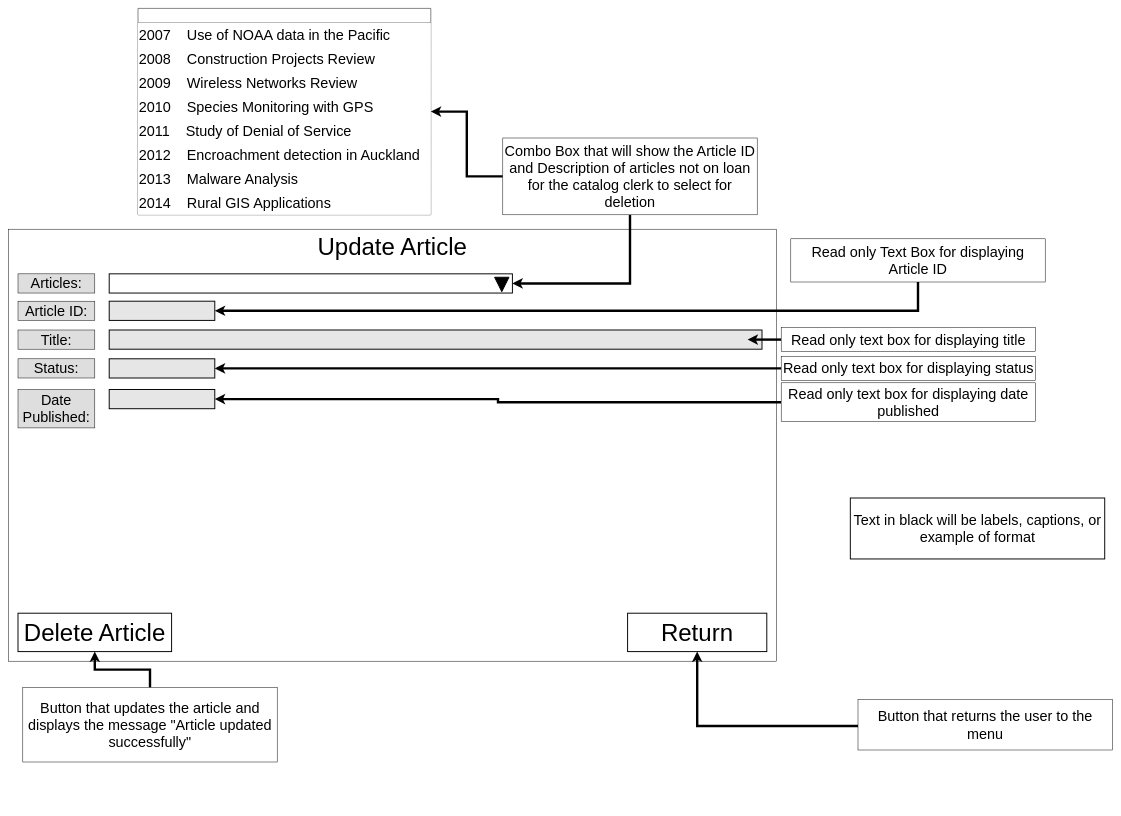
guywhohasagun/5603ass2 keeps this draw.io diagram as DeleteArticle.drawio. Above is the earlier version. Source tidied: cells renumbered, new cells numbered last; positions are measured from the earlier drawing's top-left corner, leaving out a move shared by most shapes. Both pictures are drawn from the tidied source at 48%, with x=0, y=0 at pixel (8, 8).
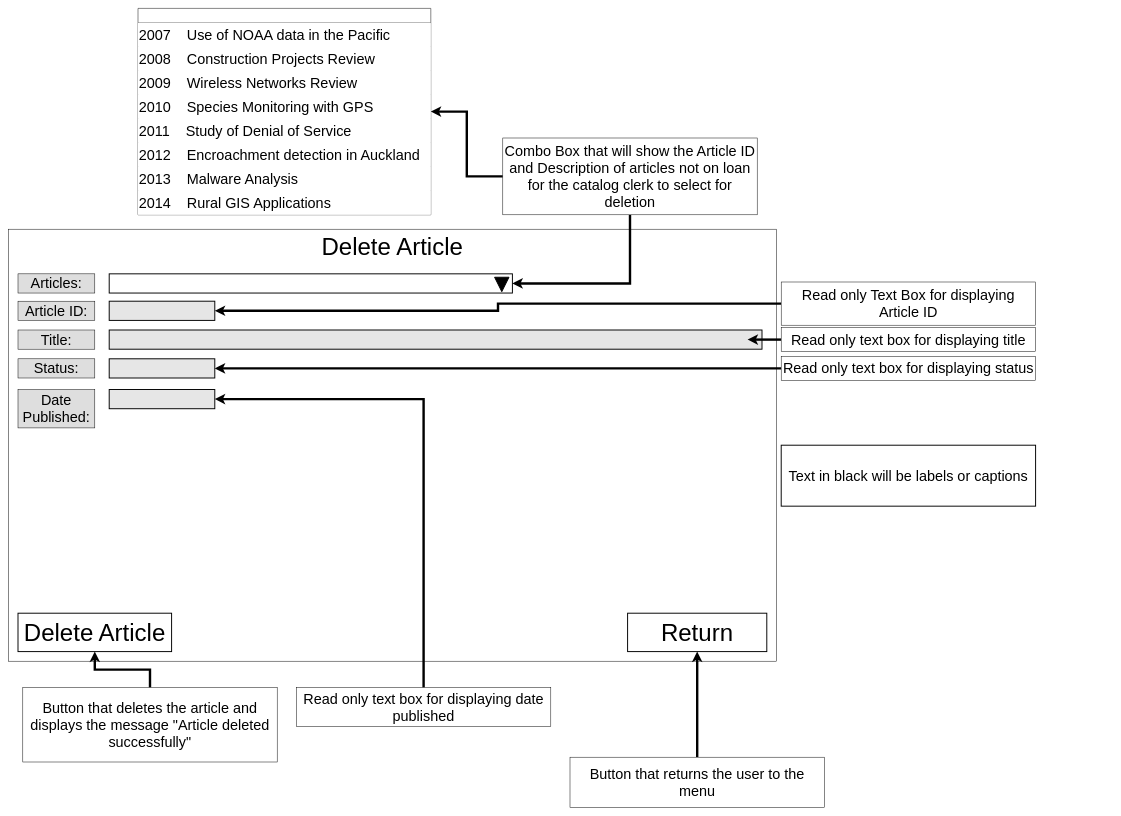
After the change.

Unchanged cells that the change refers to:
```xml
<mxCell id="4" style="rounded=0;whiteSpace=wrap;html=1;fontSize=28;strokeWidth=2;fillColor=#E6E6E6;" parent="1" vertex="1">
  <mxGeometry x="210" y="794" width="220" height="40" as="geometry" />
</mxCell>
<mxCell id="12" value="Return" style="rounded=0;whiteSpace=wrap;html=1;fontSize=50;strokeWidth=2;" parent="1" vertex="1">
  <mxGeometry x="1290" y="1260" width="290" height="80" as="geometry" />
</mxCell>
<mxCell id="33" style="rounded=0;whiteSpace=wrap;html=1;strokeColor=default;fontSize=28;align=left;strokeWidth=2;fillColor=#E6E6E6;" parent="1" vertex="1">
  <mxGeometry x="210" y="610" width="220" height="40" as="geometry" />
</mxCell>
```

The edit, as a diff of the source:
```diff
@@
-    <mxCell id="2" value="Update Article" style="whiteSpace=wrap;html=1;fontSize=50;verticalAlign=top;" parent="1" vertex="1">
+    <mxCell id="2" value="Delete Article" style="whiteSpace=wrap;html=1;fontSize=50;verticalAlign=top;" parent="1" vertex="1">
       <mxGeometry y="460" width="1600" height="900" as="geometry" />
     </mxCell>
@@
-    <mxCell id="13" style="edgeStyle=orthogonalEdgeStyle;rounded=0;jettySize=auto;html=1;fontSize=100;strokeWidth=5;exitX=0;exitY=0.5;exitDx=0;exitDy=0;" parent="1" edge="1" source="14" target="12">
+    <mxCell id="13" style="edgeStyle=orthogonalEdgeStyle;rounded=0;jettySize=auto;html=1;fontSize=100;strokeWidth=5;exitX=0.5;exitY=0;exitDx=0;exitDy=0;" parent="1" edge="1" source="14" target="12">
       <mxGeometry relative="1" as="geometry">
         <Array as="points">
-          <mxPoint x="1435" y="1495" />
+          <mxPoint x="1435" y="1490" />
+          <mxPoint x="1435" y="1490" />
         </Array>
       </mxGeometry>
     </mxCell>
     <mxCell id="14" value="Button that returns the user to the menu" style="rounded=0;whiteSpace=wrap;html=1;fontSize=30;" parent="1" vertex="1">
-      <mxGeometry x="1770" y="1440" width="530" height="105" as="geometry" />
+      <mxGeometry x="1170" y="1560" width="530" height="105" as="geometry" />
     </mxCell>
@@
-    <mxCell id="16" value="Button that updates the article and displays the message &quot;Article updated successfully&quot;" style="rounded=0;whiteSpace=wrap;html=1;fontSize=30;" parent="1" vertex="1">
+    <mxCell id="16" value="Button that deletes the article and displays the message &quot;Article deleted successfully&quot;" style="rounded=0;whiteSpace=wrap;html=1;fontSize=30;" parent="1" vertex="1">
       <mxGeometry x="30" y="1415" width="530" height="155" as="geometry" />
     </mxCell>
@@
-    <mxCell id="31" value="Text in black will be labels, captions, or example of format" style="rounded=0;whiteSpace=wrap;html=1;fontSize=30;strokeWidth=2;" parent="1" vertex="1">
-      <mxGeometry x="1754" y="1020" width="530" height="127" as="geometry" />
+    <mxCell id="31" value="Text in black will be labels or captions" style="rounded=0;whiteSpace=wrap;html=1;fontSize=30;strokeWidth=2;" parent="1" vertex="1">
+      <mxGeometry x="1610" y="910" width="530" height="127" as="geometry" />
     </mxCell>
@@
-    <mxCell id="34" style="edgeStyle=orthogonalEdgeStyle;rounded=0;jettySize=auto;html=1;exitX=0.5;exitY=1;exitDx=0;exitDy=0;entryX=1;entryY=0.5;entryDx=0;entryDy=0;strokeWidth=5;" parent="1" edge="1" source="35" target="33">
+    <mxCell id="34" style="edgeStyle=orthogonalEdgeStyle;rounded=0;jettySize=auto;html=1;exitX=0;exitY=0.5;exitDx=0;exitDy=0;entryX=1;entryY=0.5;entryDx=0;entryDy=0;strokeWidth=5;" parent="1" edge="1" source="35" target="33">
       <mxGeometry relative="1" as="geometry" />
     </mxCell>
     <mxCell id="35" value="Read only Text Box for displaying Article ID" style="rounded=0;whiteSpace=wrap;html=1;fontSize=30;" parent="1" vertex="1">
-      <mxGeometry x="1630" y="480" width="530" height="90" as="geometry" />
+      <mxGeometry x="1610" y="570" width="530" height="90" as="geometry" />
     </mxCell>
@@
-    <mxCell id="39" style="edgeStyle=orthogonalEdgeStyle;rounded=0;jettySize=auto;html=1;entryX=1;entryY=0.5;entryDx=0;entryDy=0;strokeWidth=5;" parent="1" edge="1" source="40" target="4">
+    <mxCell id="39" style="edgeStyle=orthogonalEdgeStyle;rounded=0;jettySize=auto;html=1;entryX=1;entryY=0.5;entryDx=0;entryDy=0;strokeWidth=5;exitX=0.5;exitY=0;exitDx=0;exitDy=0;" parent="1" edge="1" source="40" target="4">
       <mxGeometry relative="1" as="geometry" />
     </mxCell>
     <mxCell id="40" value="Read only text box for displaying date published" style="rounded=0;whiteSpace=wrap;html=1;fontSize=30;" parent="1" vertex="1">
-      <mxGeometry x="1610" y="780" width="530" height="81" as="geometry" />
+      <mxGeometry x="600" y="1415" width="530" height="81" as="geometry" />
     </mxCell>
```
